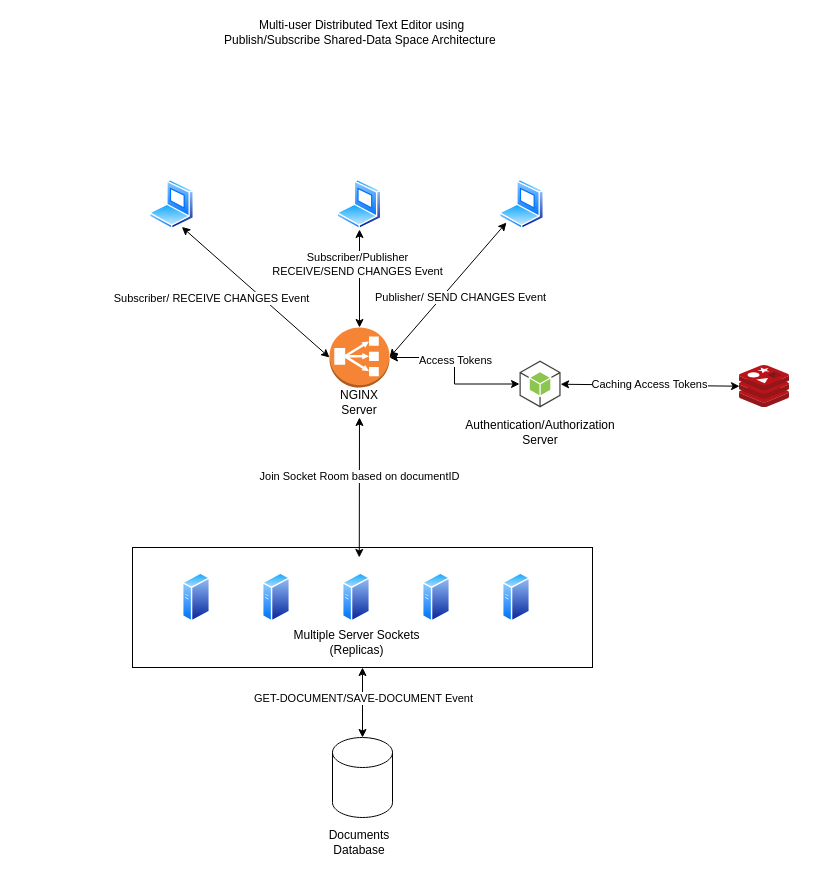
shehabadel/Multi-User-Distributed-Text-Editor keeps this draw.io diagram as Architecture/High Level Architecture - Publish&Subscriber Approach.drawio. Above is the earlier version. Source tidied: cells renumbered, new cells numbered last; positions are measured from the earlier drawing's top-left corner, leaving out a move shared by most shapes. Both pictures are drawn from the tidied source at 100%, with x=0, y=0 at pixel (132, 17).
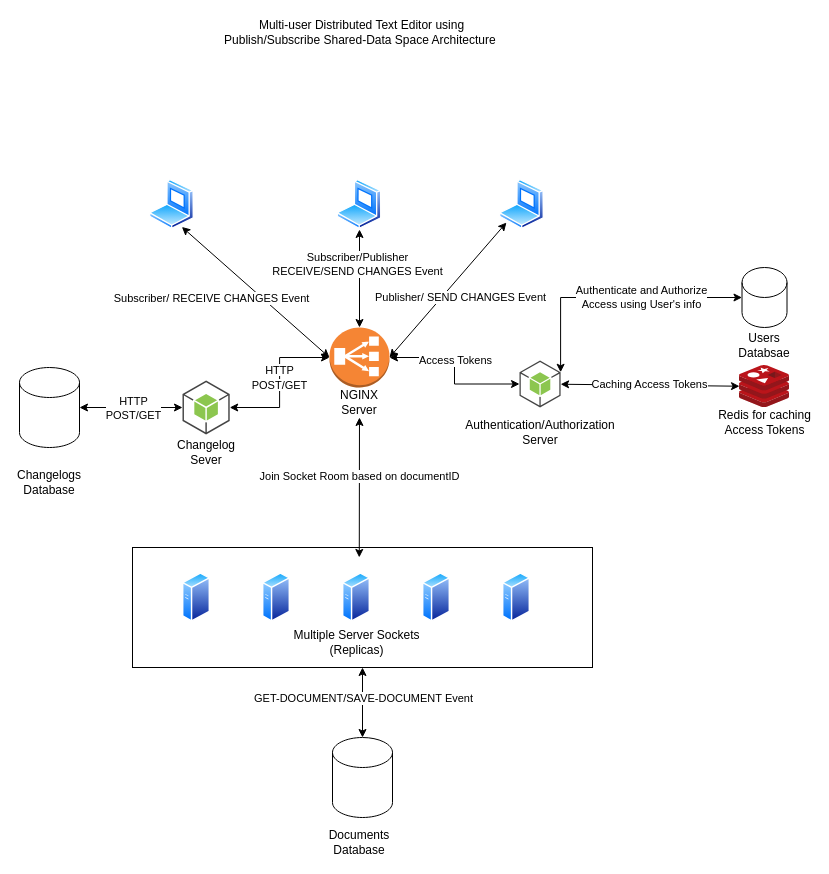
After the change.

Commit message (it also covers changes not shown here):
Updated report documentation explaining operational transformation

The change refers to these unchanged cells:
```xml
<mxCell id="24" style="outlineConnect=0;dashed=0;verticalLabelPosition=bottom;verticalAlign=top;align=center;html=1;shape=mxgraph.aws3.classic_load_balancer;fillColor=#F58534;gradientColor=none;" parent="23" vertex="1">
  <mxGeometry width="60" height="60" as="geometry" />
</mxCell>
<mxCell id="31" style="outlineConnect=0;dashed=0;verticalLabelPosition=bottom;verticalAlign=top;align=center;html=1;shape=mxgraph.aws3.android;fillColor=#8CC64F;gradientColor=none;" parent="1" vertex="1">
  <mxGeometry x="387" y="343" width="41.1" height="47" as="geometry" />
</mxCell>
```

The edit, as a diff of the source:
```diff
@@
+    <mxCell id="35" style="edgeStyle=orthogonalEdgeStyle;rounded=0;jettySize=auto;html=1;entryX=1;entryY=0.25;entryDx=0;entryDy=0;entryPerimeter=0;startArrow=classic;startFill=1;" parent="1" edge="1" source="37" target="31">
+      <mxGeometry relative="1" as="geometry">
+        <Array as="points">
+          <mxPoint x="428" y="280" />
+        </Array>
+      </mxGeometry>
+    </mxCell>
+    <mxCell id="36" value="Authenticate and Authorize&lt;br&gt;Access using User's info" style="edgeLabel;html=1;align=center;verticalAlign=middle;" parent="35" vertex="1">
+      <mxGeometry x="-0.21" y="-1" relative="1" as="geometry" />
+    </mxCell>
+    <mxCell id="37" style="shape=cylinder3;whiteSpace=wrap;html=1;boundedLbl=1;backgroundOutline=1;size=15;" parent="1" vertex="1">
+      <mxGeometry x="609.5" y="250" width="45" height="60" as="geometry" />
+    </mxCell>
+    <mxCell id="38" value="Users Databsae" style="text;html=1;strokeColor=none;fillColor=none;align=center;verticalAlign=middle;whiteSpace=wrap;rounded=0;" parent="1" vertex="1">
+      <mxGeometry x="602" y="313" width="60" height="30" as="geometry" />
+    </mxCell>
+    <mxCell id="39" style="shape=cylinder3;whiteSpace=wrap;html=1;boundedLbl=1;backgroundOutline=1;size=15;" parent="1" vertex="1">
+      <mxGeometry x="-113" y="350" width="60" height="80" as="geometry" />
+    </mxCell>
+    <mxCell id="40" value="Changelogs&lt;br&gt;Database" style="text;html=1;strokeColor=none;fillColor=none;align=center;verticalAlign=middle;whiteSpace=wrap;rounded=0;" parent="1" vertex="1">
+      <mxGeometry x="-113" y="450" width="60" height="30" as="geometry" />
+    </mxCell>
+    <mxCell id="41" style="edgeStyle=orthogonalEdgeStyle;rounded=0;jettySize=auto;html=1;startArrow=classic;startFill=1;" parent="1" edge="1" source="44" target="24">
+      <mxGeometry relative="1" as="geometry" />
+    </mxCell>
+    <mxCell id="42" style="edgeStyle=orthogonalEdgeStyle;rounded=0;jettySize=auto;html=1;entryX=1;entryY=0.5;entryDx=0;entryDy=0;entryPerimeter=0;startArrow=classic;startFill=1;" parent="1" edge="1" source="44" target="39">
+      <mxGeometry relative="1" as="geometry" />
+    </mxCell>
+    <mxCell id="43" value="HTTP&lt;br&gt;POST/GET" style="edgeLabel;html=1;align=center;verticalAlign=middle;" parent="42" vertex="1">
+      <mxGeometry x="-0.18" y="2" relative="1" as="geometry">
+        <mxPoint x="-8" y="-2" as="offset" />
+      </mxGeometry>
+    </mxCell>
+    <mxCell id="44" style="outlineConnect=0;dashed=0;verticalLabelPosition=bottom;verticalAlign=top;align=center;html=1;shape=mxgraph.aws3.android;fillColor=#8CC64F;gradientColor=none;" parent="1" vertex="1">
+      <mxGeometry x="50" y="363" width="47.2" height="54" as="geometry" />
+    </mxCell>
+    <mxCell id="45" value="Changelog Sever" style="text;html=1;strokeColor=none;fillColor=none;align=center;verticalAlign=middle;whiteSpace=wrap;rounded=0;" parent="1" vertex="1">
+      <mxGeometry x="44" y="420" width="60" height="30" as="geometry" />
+    </mxCell>
+    <mxCell id="46" value="&lt;span style=&quot;font-size: 11px ; background-color: rgb(255 , 255 , 255)&quot;&gt;HTTP&lt;/span&gt;&lt;br style=&quot;font-size: 11px&quot;&gt;&lt;span style=&quot;font-size: 11px ; background-color: rgb(255 , 255 , 255)&quot;&gt;POST/GET&lt;/span&gt;" style="text;html=1;align=center;verticalAlign=middle;strokeColor=none;fillColor=none;" parent="1" vertex="1">
+      <mxGeometry x="112" y="345" width="70" height="30" as="geometry" />
+    </mxCell>
+    <mxCell id="47" value="Redis for caching Access Tokens" style="text;html=1;strokeColor=none;fillColor=none;align=center;verticalAlign=middle;whiteSpace=wrap;rounded=0;" parent="1" vertex="1">
+      <mxGeometry x="584.5" y="390" width="95" height="30" as="geometry" />
+    </mxCell>
```
